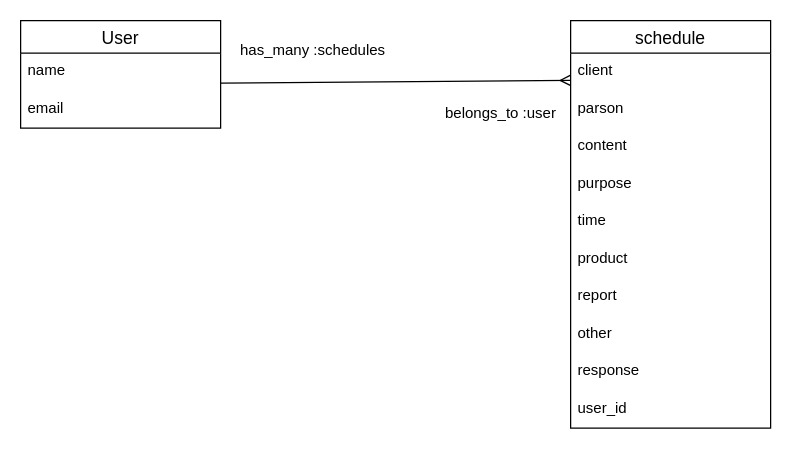
kazuki-mura/original-app keeps this draw.io diagram as README.dio. Above is the earlier version. Source tidied: cells renumbered, new cells numbered last; positions are measured from the earlier drawing's top-left corner, leaving out a move shared by most shapes. Both pictures are drawn from the tidied source at 125%, with x=0, y=0 at pixel (20, 20).
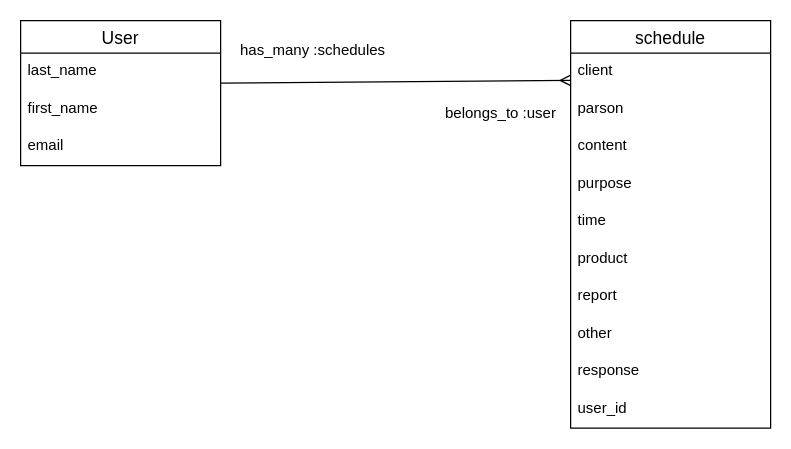
The same diagram, later.

Change to the diagram source:
```diff
@@
     <mxCell id="13" value="User" style="swimlane;fontStyle=0;horizontal=1;startSize=26;align=center;fontSize=14;" parent="1" vertex="1">
-      <mxGeometry width="160" height="86" as="geometry" />
+      <mxGeometry width="160" height="116" as="geometry" />
     </mxCell>
+    <mxCell id="19" value="last_name" style="text;strokeColor=none;fillColor=none;spacingLeft=4;spacingRight=4;overflow=hidden;fontSize=12;" parent="13" vertex="1">
+      <mxGeometry y="26" width="160" height="30" as="geometry" />
+    </mxCell>
-    <mxCell id="14" value="name" style="text;strokeColor=none;fillColor=none;spacingLeft=4;spacingRight=4;overflow=hidden;fontSize=12;" parent="13" vertex="1">
-      <mxGeometry y="26" width="160" height="30" as="geometry" />
+    <mxCell id="14" value="first_name" style="text;strokeColor=none;fillColor=none;spacingLeft=4;spacingRight=4;overflow=hidden;fontSize=12;" parent="13" vertex="1">
+      <mxGeometry y="56" width="160" height="30" as="geometry" />
     </mxCell>
     <mxCell id="15" value="email" style="text;strokeColor=none;fillColor=none;spacingLeft=4;spacingRight=4;overflow=hidden;fontSize=12;" parent="13" vertex="1">
-      <mxGeometry y="56" width="160" height="30" as="geometry" />
+      <mxGeometry y="86" width="160" height="30" as="geometry" />
     </mxCell>
```
